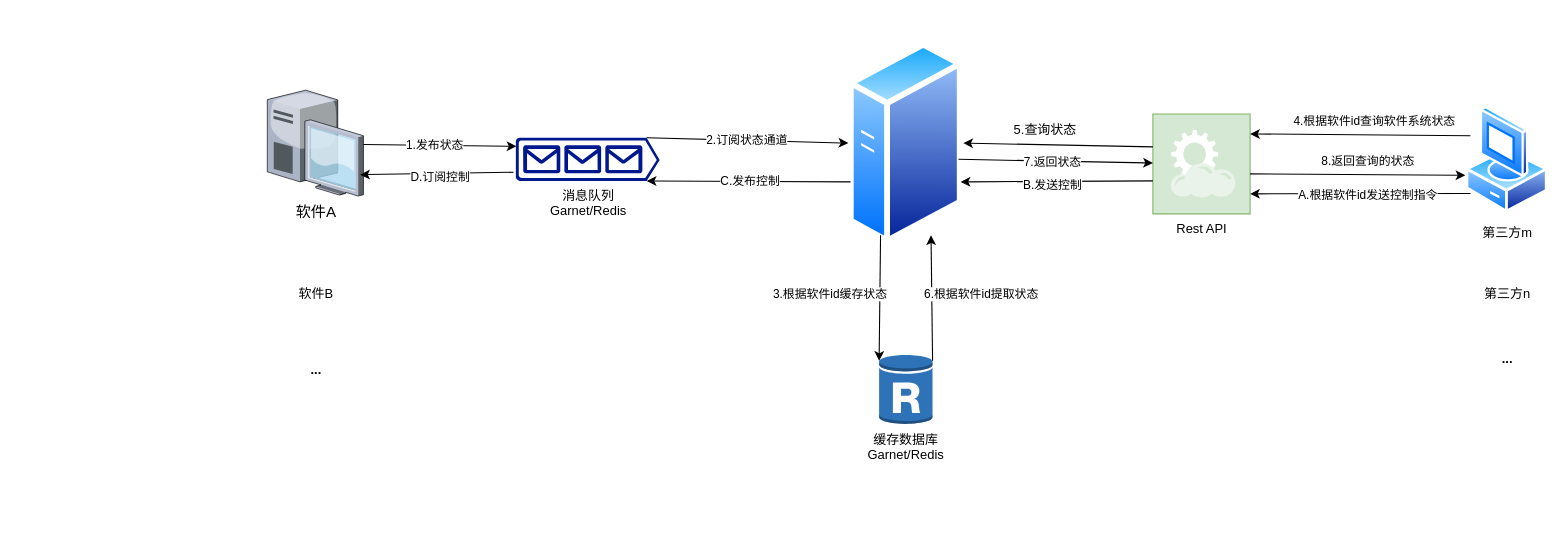
Above: doc/网络架构.drawio in Yqghlx/LabTechOpenPlatform (draw.io), before the change. Source tidied: cells renumbered, new cells numbered last; positions are measured from the earlier drawing's top-left corner, leaving out a move shared by most shapes. Both pictures are drawn from the tidied source at 108%, with x=0, y=0 at pixel (267, 40).
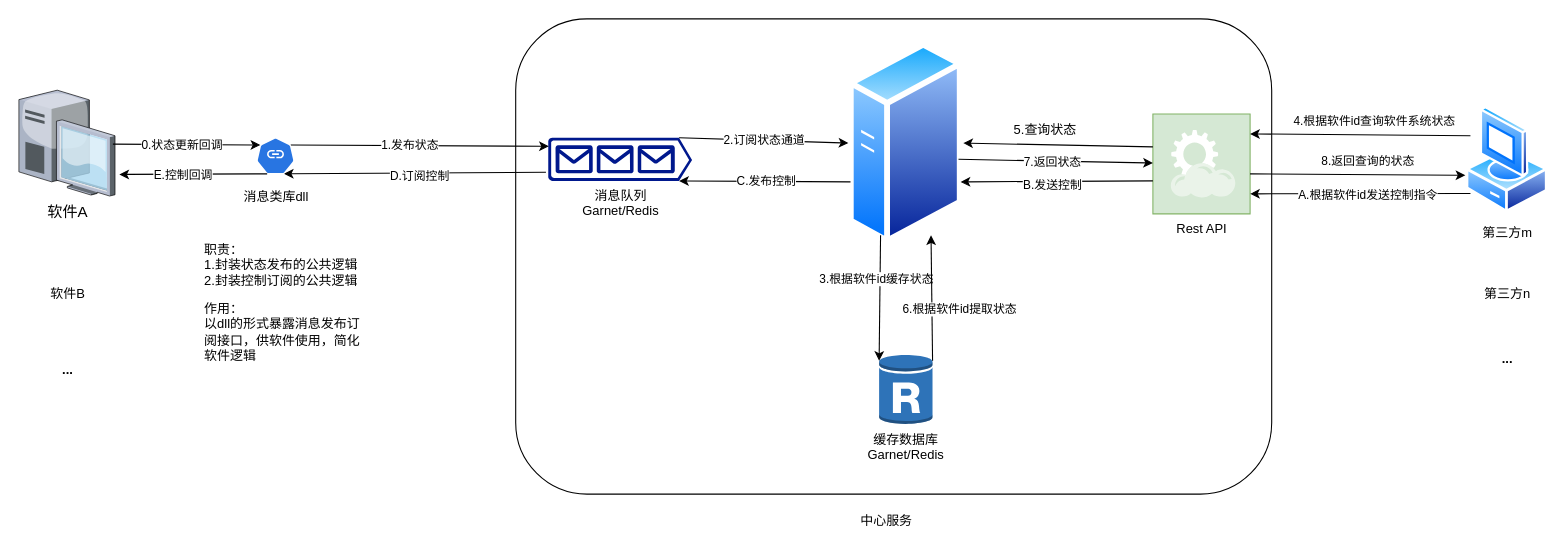
Above is the later version.

Commit message:
feat(doc): 更新软件架构图

- 添加中心服务、消息类库 dll 等新组件
- 调整现有组件的位置和连接关系
- 更新版本信息

Unchanged cells that the change refers to:
```xml
<mxCell id="14" style="endArrow=classic;html=1;rounded=0;exitX=0.25;exitY=1;exitDx=0;exitDy=0;entryX=0;entryY=0.1;entryDx=0;entryDy=0;entryPerimeter=0;" parent="1" edge="1" source="4" target="5">
  <mxGeometry relative="1" as="geometry" />
</mxCell>
<mxCell id="28" style="endArrow=classic;html=1;rounded=0;exitX=1;exitY=0.1;exitDx=0;exitDy=0;exitPerimeter=0;entryX=0.75;entryY=1;entryDx=0;entryDy=0;" parent="1" edge="1" source="5" target="4">
  <mxGeometry relative="1" as="geometry" />
</mxCell>
```

What changed in the source:
```diff
@@
+    <mxCell id="36" style="rounded=1;whiteSpace=wrap;html=1;" parent="1" vertex="1">
+      <mxGeometry x="230" y="-20" width="700" height="440" as="geometry" />
+    </mxCell>
     <mxCell id="2" value="软件A" style="verticalLabelPosition=bottom;html=1;verticalAlign=top;strokeColor=none;shape=mxgraph.citrix.desktop;fillColor=#66B2FF;gradientColor=#0066CC;fontSize=14;" parent="1" vertex="1">
-      <mxGeometry y="46" width="89" height="98" as="geometry" />
+      <mxGeometry x="-230" y="46" width="89" height="98" as="geometry" />
     </mxCell>
     <mxCell id="3" value="消息队列&lt;div&gt;Garnet/Redis&lt;/div&gt;" style="sketch=0;shadow=0;dashed=0;html=1;strokeColor=none;labelPosition=center;verticalLabelPosition=bottom;verticalAlign=top;align=center;fillColor=#00188D;shape=mxgraph.azure.queue_generic;" parent="1" vertex="1">
-      <mxGeometry x="230" y="90" width="133.3" height="40" as="geometry" />
+      <mxGeometry x="260" y="90" width="133.3" height="40" as="geometry" />
     </mxCell>
@@
-    <mxCell id="8" style="endArrow=classic;html=1;rounded=0;exitX=1;exitY=0.513;exitDx=0;exitDy=0;exitPerimeter=0;entryX=0.005;entryY=0.2;entryDx=0;entryDy=0;entryPerimeter=0;" parent="1" edge="1" source="2" target="3">
+    <mxCell id="8" style="endArrow=classic;html=1;rounded=0;exitX=0.9;exitY=0.2;exitDx=0;exitDy=0;exitPerimeter=0;entryX=0.005;entryY=0.2;entryDx=0;entryDy=0;entryPerimeter=0;" parent="1" edge="1" source="41" target="3">
       <mxGeometry relative="1" as="geometry" />
     </mxCell>
@@
-    <mxCell id="10" style="endArrow=classic;html=1;rounded=0;exitX=-0.015;exitY=0.8;exitDx=0;exitDy=0;exitPerimeter=0;entryX=0.966;entryY=0.798;entryDx=0;entryDy=0;entryPerimeter=0;" parent="1" edge="1" source="3" target="2">
+    <mxCell id="10" style="endArrow=classic;html=1;rounded=0;exitX=-0.015;exitY=0.8;exitDx=0;exitDy=0;exitPerimeter=0;entryX=0.72;entryY=0.99;entryDx=0;entryDy=0;entryPerimeter=0;" parent="1" edge="1" source="3" target="41">
       <mxGeometry relative="1" as="geometry" />
     </mxCell>
@@
     <mxCell id="15" value="3.根据软件id缓存状态" style="edgeLabel;html=1;align=center;verticalAlign=middle;" parent="14" vertex="1">
       <mxGeometry x="-0.07" y="2" relative="1" as="geometry">
-        <mxPoint x="-49" as="offset" />
+        <mxPoint x="-6" y="-14" as="offset" />
       </mxGeometry>
     </mxCell>
@@
     <mxCell id="29" value="6.根据软件id提取状态" style="edgeLabel;html=1;align=center;verticalAlign=middle;" parent="28" vertex="1">
       <mxGeometry x="0.06" y="-5" relative="1" as="geometry">
-        <mxPoint x="40" as="offset" />
+        <mxPoint x="20" y="14" as="offset" />
       </mxGeometry>
     </mxCell>
@@
     <mxCell id="32" value="软件B" style="text;html=1;align=center;verticalAlign=middle;strokeColor=none;fillColor=none;" parent="1" vertex="1">
-      <mxGeometry x="14.5" y="220" width="60" height="30" as="geometry" />
+      <mxGeometry x="-215.5" y="220" width="60" height="30" as="geometry" />
     </mxCell>
     <mxCell id="33" value="..." style="text;html=1;align=center;verticalAlign=middle;strokeColor=none;fillColor=none;fontStyle=1;" parent="1" vertex="1">
-      <mxGeometry x="29.5" y="290" width="30" height="30" as="geometry" />
+      <mxGeometry x="-200.5" y="290" width="30" height="30" as="geometry" />
     </mxCell>
@@
+    <mxCell id="37" value="中心服务" style="text;html=1;align=center;verticalAlign=middle;strokeColor=none;fillColor=none;" parent="1" vertex="1">
+      <mxGeometry x="538" y="430" width="70" height="30" as="geometry" />
+    </mxCell>
+    <mxCell id="38" value="消息类库dll" style="text;html=1;align=center;verticalAlign=middle;strokeColor=none;fillColor=none;" parent="1" vertex="1">
+      <mxGeometry x="-32.4" y="130" width="80" height="30" as="geometry" />
+    </mxCell>
+    <mxCell id="39" value="职责：&lt;div&gt;1.封装状态发布的公共逻辑&lt;div&gt;2.封装控制订阅的公共逻辑&lt;/div&gt;&lt;/div&gt;&lt;div&gt;&lt;br&gt;&lt;/div&gt;" style="text;html=1;align=left;verticalAlign=middle;strokeColor=none;fillColor=none;" parent="1" vertex="1">
+      <mxGeometry x="-60" y="180" width="170" height="70" as="geometry" />
+    </mxCell>
+    <mxCell id="40" value="作用：&lt;div&gt;以dll的形式暴露消息发布订&lt;/div&gt;&lt;div&gt;阅接口，供软件使用，简化&lt;/div&gt;&lt;div&gt;软件逻辑&lt;/div&gt;" style="text;html=1;align=left;verticalAlign=middle;strokeColor=none;fillColor=none;" parent="1" vertex="1">
+      <mxGeometry x="-60" y="235" width="170" height="70" as="geometry" />
+    </mxCell>
+    <mxCell id="41" style="sketch=0;html=1;dashed=0;whitespace=wrap;verticalLabelPosition=bottom;verticalAlign=top;fillColor=#2875E2;strokeColor=#ffffff;points=[[0.005,0.63,0],[0.1,0.2,0],[0.9,0.2,0],[0.5,0,0],[0.995,0.63,0],[0.72,0.99,0],[0.5,1,0],[0.28,0.99,0]];shape=mxgraph.kubernetes.icon2;prIcon=crb;" parent="1" vertex="1">
+      <mxGeometry x="-10" y="90" width="35.2" height="33.8" as="geometry" />
+    </mxCell>
+    <mxCell id="42" style="endArrow=classic;html=1;rounded=0;exitX=0.978;exitY=0.51;exitDx=0;exitDy=0;exitPerimeter=0;entryX=0.1;entryY=0.2;entryDx=0;entryDy=0;entryPerimeter=0;" parent="1" edge="1" source="2" target="41">
+      <mxGeometry relative="1" as="geometry" />
+    </mxCell>
+    <mxCell id="43" value="0.状态更新回调" style="edgeLabel;html=1;align=center;verticalAlign=middle;" parent="42" vertex="1">
+      <mxGeometry x="-0.07" relative="1" as="geometry" />
+    </mxCell>
+    <mxCell id="44" style="endArrow=classic;html=1;rounded=0;exitX=0.28;exitY=0.99;exitDx=0;exitDy=0;exitPerimeter=0;entryX=1.045;entryY=0.796;entryDx=0;entryDy=0;entryPerimeter=0;" parent="1" edge="1" source="41" target="2">
+      <mxGeometry relative="1" as="geometry" />
+    </mxCell>
+    <mxCell id="45" value="E.控制回调" style="edgeLabel;html=1;align=center;verticalAlign=middle;" parent="44" vertex="1">
+      <mxGeometry x="0.14" y="1" relative="1" as="geometry" />
+    </mxCell>
```
